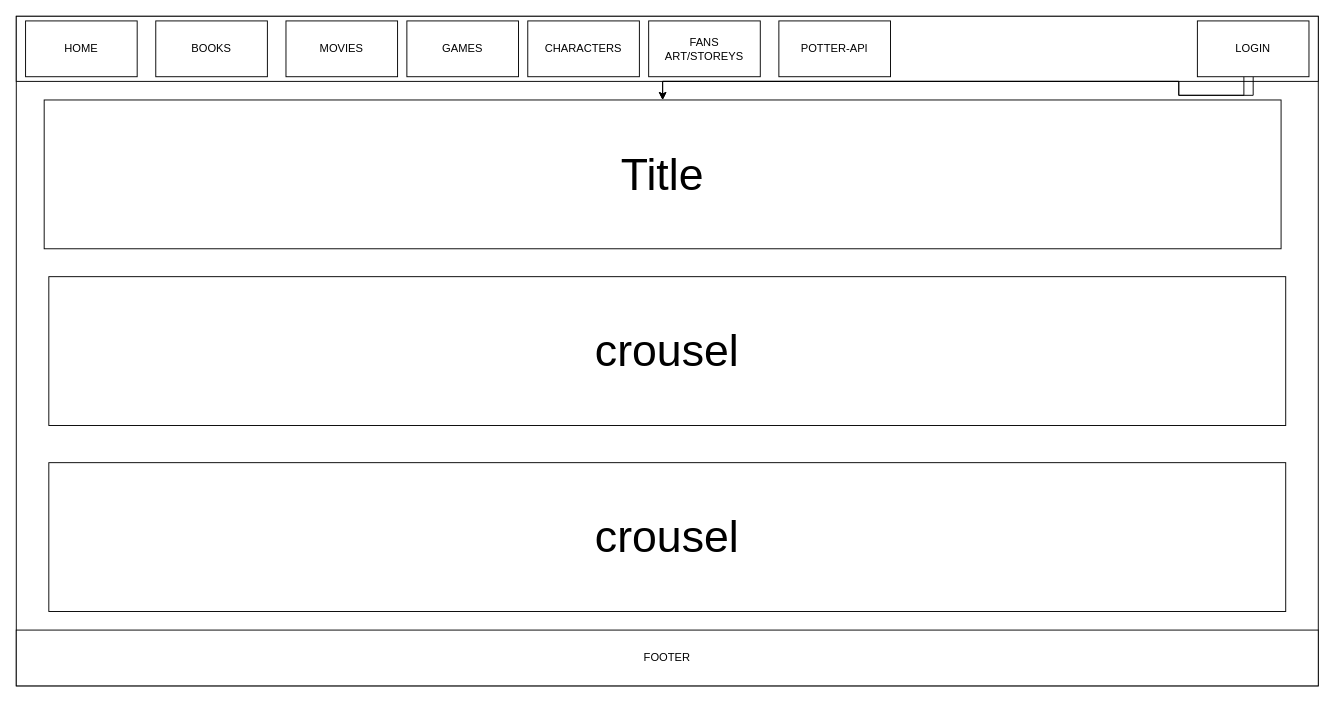
Earlier version of the draw.io diagram page "HOME" (1 of 7) of pseudo/Mock site.drawio (t-bendet/potter-front-end-react). Source tidied: cells renumbered, new cells numbered last; positions are measured from the earlier drawing's top-left corner, leaving out a move shared by most shapes. Both pictures are drawn from the tidied source at 93%, with x=0, y=0 at pixel (16, 16).
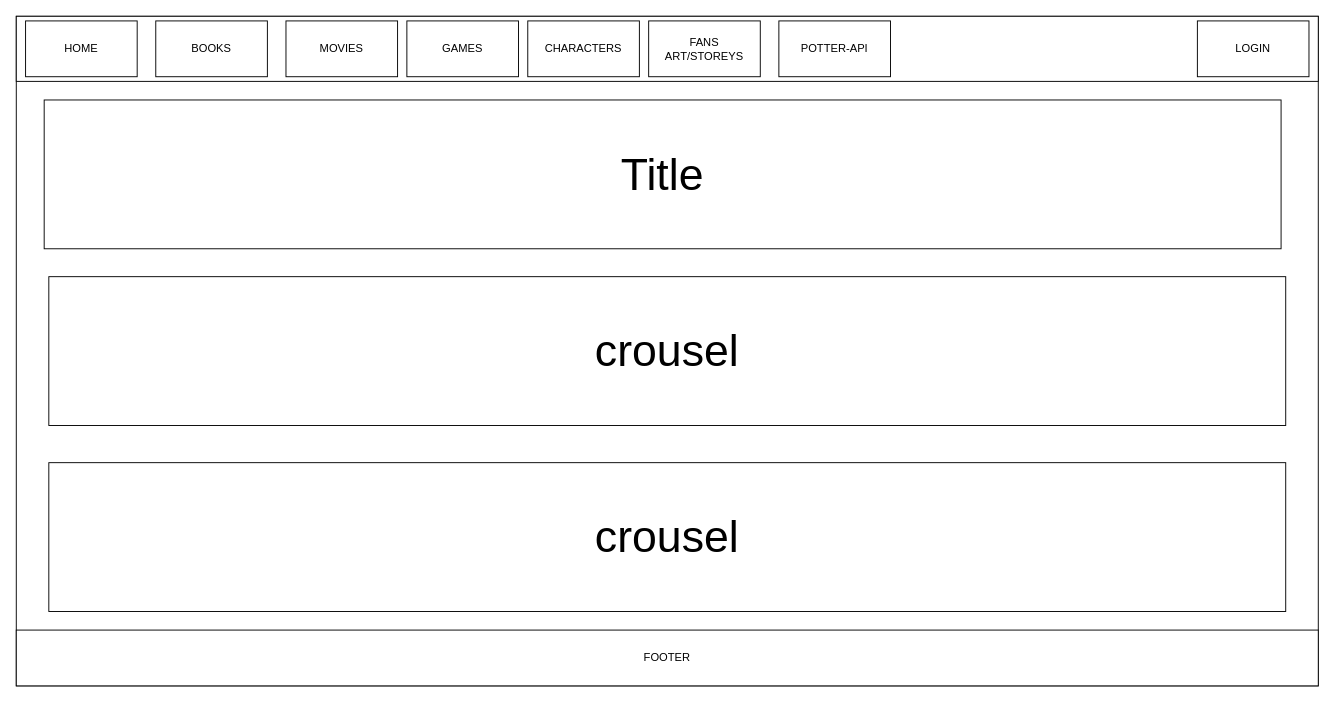
Above is the later version.

Unchanged cells that the change refers to:
```xml
<mxCell id="13" value="LOGIN" style="rounded=0;whiteSpace=wrap;html=1;" parent="1" vertex="1">
  <mxGeometry x="1270" y="5" width="120" height="60" as="geometry" />
</mxCell>
<mxCell id="14" value="&lt;font style=&quot;font-size: 48px&quot;&gt;Title&lt;/font&gt;" style="rounded=0;whiteSpace=wrap;html=1;" parent="1" vertex="1">
  <mxGeometry x="30" y="90" width="1330" height="160" as="geometry" />
</mxCell>
```

What changed in the source:
```diff
@@
-    <mxCell id="11" style="edgeStyle=orthogonalEdgeStyle;rounded=0;jettySize=auto;html=1;" parent="1" edge="1" source="13" target="14">
-      <mxGeometry relative="1" as="geometry" />
-    </mxCell>
-    <mxCell id="12" style="edgeStyle=orthogonalEdgeStyle;rounded=0;jettySize=auto;html=1;" parent="1" edge="1" source="13" target="14">
-      <mxGeometry relative="1" as="geometry">
-        <Array as="points">
-          <mxPoint x="1320" y="85" />
-          <mxPoint x="1250" y="85" />
-          <mxPoint x="1250" y="70" />
-          <mxPoint x="695" y="70" />
-        </Array>
-      </mxGeometry>
-    </mxCell>
```
